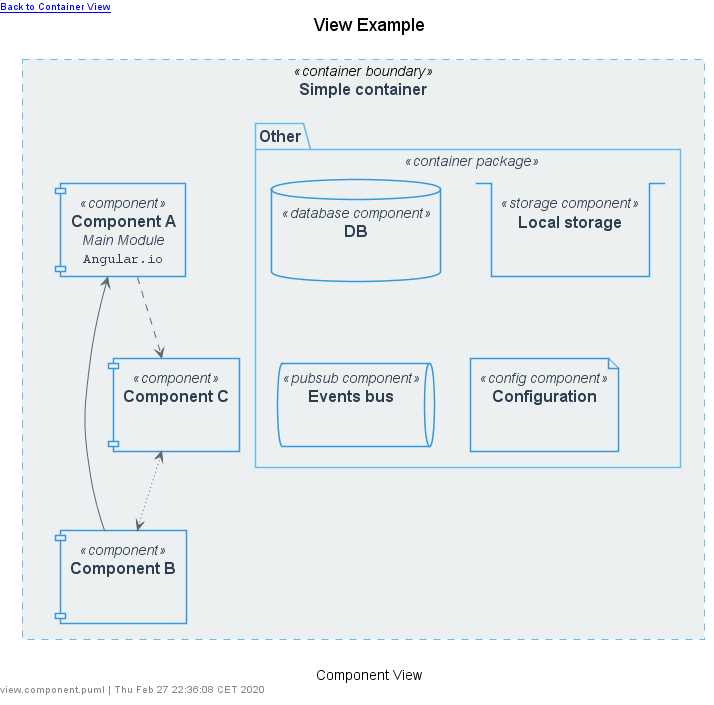
Above: example/diagrams/view.component.png in N0N4M3pl/plantuml-C4 (PlantUML), before the change. The source it was exported from:
```plantuml
@startuml view.component





skinparam defaultTextAlignment center
skinparam wrapWidth 200
skinparam maxMessageSize 150



















skinparam defaultTextAlignment center
skinparam wrapWidth 200
skinparam maxMessageSize 150



















skinparam Note {
    FontColor #566775
    BackgroundColor white
    BorderColor #b6c1c5
}


skinparam actor<<person>> {
    StereotypeFontColor #2c3e50
    FontColor #2c3e50
    BackgroundColor #566775
    BorderColor #566775
    Shadowing false
}

skinparam Arrow {
    FontColor #2c3e50
    Color #566775
    FontSize 12
}







skinparam rectangle<<container boundary>> {
    StereotypeFontColor #2c3e50
    FontColor #2c3e50
    BackgroundColor #ecf0f1
    BorderColor #65bded
    BorderStyle dashed
    BorderThickness 1
    Shadowing false
}

skinparam package<<container package>> {
    StereotypeFontColor #2c3e50
    FontColor #2c3e50
    BackgroundColor #ecf0f1
    BorderColor #65bded
    Shadowing false
}

skinparam component<<component>> {
    StereotypeFontColor #2c3e50
    FontColor #2c3e50
    BackgroundColor #ecf0f1
    BorderColor #3498db
    Shadowing false
}

skinparam queue<<pubsub component>> {
    StereotypeFontColor #2c3e50
    FontColor #2c3e50
    BackgroundColor #ecf0f1
    BorderColor #3498db
    Shadowing false
}

skinparam database<<database component>> {
    StereotypeFontColor #2c3e50
    FontColor #2c3e50
    BackgroundColor #ecf0f1
    BorderColor #3498db
    Shadowing false
}

skinparam stack<<storage component>> {
    StereotypeFontColor #2c3e50
    FontColor #2c3e50
    BackgroundColor #ecf0f1
    BorderColor #3498db
    Shadowing false
}

skinparam file<<config component>> {
    StereotypeFontColor #2c3e50
    FontColor #2c3e50
    BackgroundColor #ecf0f1
    BorderColor #3498db
    Shadowing false
}






skinparam defaultTextAlignment center
skinparam wrapWidth 200
skinparam maxMessageSize 150



















skinparam defaultTextAlignment center
skinparam wrapWidth 200
skinparam maxMessageSize 150



















skinparam Note {
    FontColor #566775
    BackgroundColor white
    BorderColor #b6c1c5
}


skinparam actor<<person>> {
    StereotypeFontColor #2c3e50
    FontColor #2c3e50
    BackgroundColor #566775
    BorderColor #566775
    Shadowing false
}

skinparam Arrow {
    FontColor #2c3e50
    Color #566775
    FontSize 12
}







skinparam rectangle<<system boundary>> {
    StereotypeFontColor #2c3e50
    FontColor #2c3e50
    BackgroundColor #ecf0f1
    BorderColor #566775
    BorderStyle dashed
    BorderThickness 1
    Shadowing false
}

skinparam package<<system package>> {
    StereotypeFontColor #2c3e50
    FontColor #2c3e50
    BackgroundColor #ecf0f1
    BorderColor #566775
    Shadowing false
}

skinparam rectangle<<container>> {
    StereotypeFontColor #2c3e50
    FontColor #2c3e50
    BackgroundColor #65bded
    BorderColor #566775
    Shadowing false
}

skinparam rectangle<<script container>> {
    StereotypeFontColor #2c3e50
    FontColor #2c3e50
    BackgroundColor #f8df46
    BorderColor #566775
    Shadowing false
}

skinparam rectangle<<microservice container>> {
    StereotypeFontColor #2c3e50
    FontColor #2c3e50
    BackgroundColor #f2b24e
    BorderColor #566775
    Shadowing false
}

skinparam rectangle<<service container>> {
    StereotypeFontColor #2c3e50
    FontColor #2c3e50
    BackgroundColor #f87b57
    BorderColor #566775
    Shadowing false
}

skinparam queue<<pubsub container>> {
    StereotypeFontColor #2c3e50
    FontColor #2c3e50
    BackgroundColor #98e1ff
    BorderColor #566775
    Shadowing false
}

skinparam database<<database container>> {
    StereotypeFontColor #2c3e50
    FontColor #2c3e50
    BackgroundColor #98e1ff
    BorderColor #566775
    Shadowing false
}

skinparam stack<<storage container>> {
    StereotypeFontColor #2c3e50
    FontColor #2c3e50
    BackgroundColor #98e1ff
    BorderColor #566775
    Shadowing false
}

skinparam file<<config container>> {
    StereotypeFontColor #2c3e50
    FontColor #2c3e50
    BackgroundColor #98e1ff
    BorderColor #566775
    Shadowing false
}

skinparam rectangle<<webserver application>> {
    StereotypeFontColor #2c3e50
    FontColor #2c3e50
    BackgroundColor #63d0d3
    BorderColor #566775
    Shadowing false
}

skinparam rectangle<<web application>> {
    StereotypeFontColor #2c3e50
    FontColor #2c3e50
    BackgroundColor #5ee594
    BorderColor #566775
    Shadowing false
}

skinparam rectangle<<desktop application>> {
    StereotypeFontColor #2c3e50
    FontColor #2c3e50
    BackgroundColor #5ee594
    BorderColor #566775
    Shadowing false
}

skinparam rectangle<<mobile application>> {
    StereotypeFontColor #2c3e50
    FontColor #2c3e50
    BackgroundColor #5ee594
    BorderColor #566775
    Shadowing false
}



left header [[example.container.svg Back to Container View]]
title View Example
top to bottom direction


rectangle "==Simple container" <<container boundary>> as container {
    component "==Component A\n //Main Module//\n ""Angular.io"" " <<component>> as componentA
    component "==Component B\n // //\n """" " <<component>> as componentB
    component "==Component C\n // //\n """" " <<component>> as componentC

    package "==Other" <<container package>> as package {
        database "==DB\n // //\n """" " <<database component>> as database
        stack "==Local storage\n // //\n """" " <<storage component>> as storage
        queue "==Events bus\n // //\n """" " <<pubsub component>> as pubSub
        file "==Configuration\n // //\n """" " <<config component>> as config
    }
}


componentA <-RIGHT- componentB : ""
componentA .DOWN.> componentC : ""
componentB <~UP~> componentC : ""


caption Component View
left footer view.component.puml | Thu Feb 27 22:36:08 CET 2020

@enduml
```
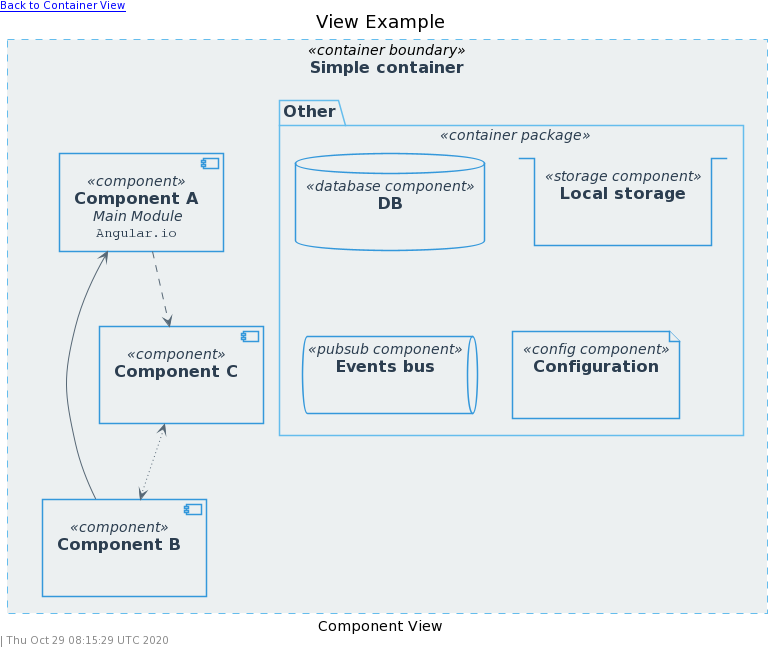
After the change.

Change to the diagram source:
```diff
@@ -1,355 +1,108 @@
-@startuml view.component
+@startuml
+!include https://raw.githubusercontent.com/N0N4M3pl/plantuml-C4/master/src/style.puml
+!include https://raw.githubusercontent.com/N0N4M3pl/plantuml-C4/master/src/common.puml
 
 
+!definelong Header_Component(text, link)
+left header [[link Back to Container View]]
+title text
+!enddefinelong
+
+!definelong Footer_Component()
+caption Component View
+Footer()
+!enddefinelong
 
 
-
-skinparam defaultTextAlignment center
-skinparam wrapWidth 200
-skinparam maxMessageSize 150
-
-
-
-
-
-
-
-
-
-
-
-
-
-
-
-
-
-
-
-skinparam defaultTextAlignment center
-skinparam wrapWidth 200
-skinparam maxMessageSize 150
-
-
-
-
-
-
-
-
-
-
-
-
-
-
-
-
-
-
-
-skinparam Note {
-    FontColor #566775
-    BackgroundColor white
-    BorderColor #b6c1c5
-}
-
-
-skinparam actor<<person>> {
-    StereotypeFontColor #2c3e50
-    FontColor #2c3e50
-    BackgroundColor #566775
-    BorderColor #566775
-    Shadowing false
-}
-
-skinparam Arrow {
-    FontColor #2c3e50
-    Color #566775
-    FontSize 12
-}
-
-
-
-
-
-
-
+!define Container_Boundary(alias, label) rectangle "==label" <<container boundary>> as alias
 skinparam rectangle<<container boundary>> {
-    StereotypeFontColor #2c3e50
-    FontColor #2c3e50
-    BackgroundColor #ecf0f1
-    BorderColor #65bded
+    StereotypeFontColor COLOR_FONT_DARK
+    FontColor COLOR_FONT_DARK
+    BackgroundColor COLOR_BOUNDARY_CONTAINER_BG
+    BorderColor COLOR_BOUNDARY_CONTAINER_BD
     BorderStyle dashed
     BorderThickness 1
     Shadowing false
 }
 
+!define Container_Package(alias, label) package "==label" <<container package>> as alias
 skinparam package<<container package>> {
-    StereotypeFontColor #2c3e50
-    FontColor #2c3e50
-    BackgroundColor #ecf0f1
-    BorderColor #65bded
+    StereotypeFontColor COLOR_FONT_DARK
+    FontColor COLOR_FONT_DARK
+    BackgroundColor COLOR_BOUNDARY_CONTAINER_BG
+    BorderColor COLOR_BOUNDARY_CONTAINER_BD
     Shadowing false
 }
 
+!define Component(alias, label, description=" ", technology="", link="") component "==label\n //description//\n ""technology"" " <<component>> as alias link
 skinparam component<<component>> {
-    StereotypeFontColor #2c3e50
-    FontColor #2c3e50
-    BackgroundColor #ecf0f1
-    BorderColor #3498db
+    StereotypeFontColor COLOR_FONT_DARK
+    FontColor COLOR_FONT_DARK
+    BackgroundColor COLOR_COMPONENT_BG
+    BorderColor COLOR_COMPONENT_BD
     Shadowing false
 }
 
+!define Component_PubSub(alias, label, description=" ", technology="", link="") queue "==label\n //description//\n ""technology"" " <<pubsub component>> as alias link
 skinparam queue<<pubsub component>> {
-    StereotypeFontColor #2c3e50
-    FontColor #2c3e50
-    BackgroundColor #ecf0f1
-    BorderColor #3498db
+    StereotypeFontColor COLOR_FONT_DARK
+    FontColor COLOR_FONT_DARK
+    BackgroundColor COLOR_COMPONENT_BG
+    BorderColor COLOR_COMPONENT_BD
     Shadowing false
 }
 
+!define Component_Database(alias, label, description=" ", technology="", link="") database "==label\n //description//\n ""technology"" " <<database component>> as alias link
 skinparam database<<database component>> {
-    StereotypeFontColor #2c3e50
-    FontColor #2c3e50
-    BackgroundColor #ecf0f1
-    BorderColor #3498db
+    StereotypeFontColor COLOR_FONT_DARK
+    FontColor COLOR_FONT_DARK
+    BackgroundColor COLOR_COMPONENT_BG
+    BorderColor COLOR_COMPONENT_BD
     Shadowing false
 }
 
+!define Component_Storage(alias, label, description=" ", technology="", link="") stack "==label\n //description//\n ""technology"" " <<storage component>> as alias link
 skinparam stack<<storage component>> {
-    StereotypeFontColor #2c3e50
-    FontColor #2c3e50
-    BackgroundColor #ecf0f1
-    BorderColor #3498db
+    StereotypeFontColor COLOR_FONT_DARK
+    FontColor COLOR_FONT_DARK
+    BackgroundColor COLOR_COMPONENT_BG
+    BorderColor COLOR_COMPONENT_BD
     Shadowing false
 }
 
+!define Component_Config(alias, label, description=" ", technology="", link="") file "==label\n //description//\n ""technology"" " <<config component>> as alias link
 skinparam file<<config component>> {
-    StereotypeFontColor #2c3e50
-    FontColor #2c3e50
-    BackgroundColor #ecf0f1
-    BorderColor #3498db
+    StereotypeFontColor COLOR_FONT_DARK
+    FontColor COLOR_FONT_DARK
+    BackgroundColor COLOR_COMPONENT_BG
+    BorderColor COLOR_COMPONENT_BD
     Shadowing false
 }
 
 
 
+Header_Component("View Example", "example.container.svg")
+LAYOUT_TOP_DOWN
 
 
+Container_Boundary(container, "Simple container") {
+    Component(componentA, "Component A", "Main Module", "Angular.io")
+    Component(componentB, "Component B")
+    Component(componentC, "Component C")
 
-skinparam defaultTextAlignment center
-skinparam wrapWidth 200
-skinparam maxMessageSize 150
-
-
-
-
-
-
-
-
-
-
-
-
-
-
-
-
-
-
-
-skinparam defaultTextAlignment center
-skinparam wrapWidth 200
-skinparam maxMessageSize 150
-
-
-
-
-
-
-
-
-
-
-
-
-
-
-
-
-
-
-
-skinparam Note {
-    FontColor #566775
-    BackgroundColor white
-    BorderColor #b6c1c5
-}
-
-
-skinparam actor<<person>> {
-    StereotypeFontColor #2c3e50
-    FontColor #2c3e50
-    BackgroundColor #566775
-    BorderColor #566775
-    Shadowing false
-}
-
-skinparam Arrow {
-    FontColor #2c3e50
-    Color #566775
-    FontSize 12
-}
-
-
-
-
-
-
-
-skinparam rectangle<<system boundary>> {
-    StereotypeFontColor #2c3e50
-    FontColor #2c3e50
-    BackgroundColor #ecf0f1
-    BorderColor #566775
-    BorderStyle dashed
-    BorderThickness 1
-    Shadowing false
-}
-
-skinparam package<<system package>> {
-    StereotypeFontColor #2c3e50
-    FontColor #2c3e50
-    BackgroundColor #ecf0f1
-    BorderColor #566775
-    Shadowing false
-}
-
-skinparam rectangle<<container>> {
-    StereotypeFontColor #2c3e50
-    FontColor #2c3e50
-    BackgroundColor #65bded
-    BorderColor #566775
-    Shadowing false
-}
-
-skinparam rectangle<<script container>> {
-    StereotypeFontColor #2c3e50
-    FontColor #2c3e50
-    BackgroundColor #f8df46
-    BorderColor #566775
-    Shadowing false
-}
-
-skinparam rectangle<<microservice container>> {
-    StereotypeFontColor #2c3e50
-    FontColor #2c3e50
-    BackgroundColor #f2b24e
-    BorderColor #566775
-    Shadowing false
-}
-
-skinparam rectangle<<service container>> {
-    StereotypeFontColor #2c3e50
-    FontColor #2c3e50
-    BackgroundColor #f87b57
-    BorderColor #566775
-    Shadowing false
-}
-
-skinparam queue<<pubsub container>> {
-    StereotypeFontColor #2c3e50
-    FontColor #2c3e50
-    BackgroundColor #98e1ff
-    BorderColor #566775
-    Shadowing false
-}
-
-skinparam database<<database container>> {
-    StereotypeFontColor #2c3e50
-    FontColor #2c3e50
-    BackgroundColor #98e1ff
-    BorderColor #566775
-    Shadowing false
-}
-
-skinparam stack<<storage container>> {
-    StereotypeFontColor #2c3e50
-    FontColor #2c3e50
-    BackgroundColor #98e1ff
-    BorderColor #566775
-    Shadowing false
-}
-
-skinparam file<<config container>> {
-    StereotypeFontColor #2c3e50
-    FontColor #2c3e50
-    BackgroundColor #98e1ff
-    BorderColor #566775
-    Shadowing false
-}
-
-skinparam rectangle<<webserver application>> {
-    StereotypeFontColor #2c3e50
-    FontColor #2c3e50
-    BackgroundColor #63d0d3
-    BorderColor #566775
-    Shadowing false
-}
-
-skinparam rectangle<<web application>> {
-    StereotypeFontColor #2c3e50
-    FontColor #2c3e50
-    BackgroundColor #5ee594
-    BorderColor #566775
-    Shadowing false
-}
-
-skinparam rectangle<<desktop application>> {
-    StereotypeFontColor #2c3e50
-    FontColor #2c3e50
-    BackgroundColor #5ee594
-    BorderColor #566775
-    Shadowing false
-}
-
-skinparam rectangle<<mobile application>> {
-    StereotypeFontColor #2c3e50
-    FontColor #2c3e50
-    BackgroundColor #5ee594
-    BorderColor #566775
-    Shadowing false
-}
-
-
-
-left header [[example.container.svg Back to Container View]]
-title View Example
-top to bottom direction
-
-
-rectangle "==Simple container" <<container boundary>> as container {
-    component "==Component A\n //Main Module//\n ""Angular.io"" " <<component>> as componentA
-    component "==Component B\n // //\n """" " <<component>> as componentB
-    component "==Component C\n // //\n """" " <<component>> as componentC
-
-    package "==Other" <<container package>> as package {
-        database "==DB\n // //\n """" " <<database component>> as database
-        stack "==Local storage\n // //\n """" " <<storage component>> as storage
-        queue "==Events bus\n // //\n """" " <<pubsub component>> as pubSub
-        file "==Configuration\n // //\n """" " <<config component>> as config
+    Container_Package(package, "Other") {
+        Component_Database(database, "DB")
+        Component_Storage(storage, "Local storage")
+        Component_PubSub(pubSub, "Events bus")
+        Component_Config(config, "Configuration")
     }
 }
 
 
-componentA <-RIGHT- componentB : ""
-componentA .DOWN.> componentC : ""
-componentB <~UP~> componentC : ""
+Relation(componentA, componentB, "<-RIGHT-")
+Relation(componentA, componentC, ".DOWN.>")
+Relation(componentB, componentC, "<~UP~>")
 
 
-caption Component View
-left footer view.component.puml | Thu Feb 27 22:36:08 CET 2020
-
+Footer_Component()
 @enduml
```
